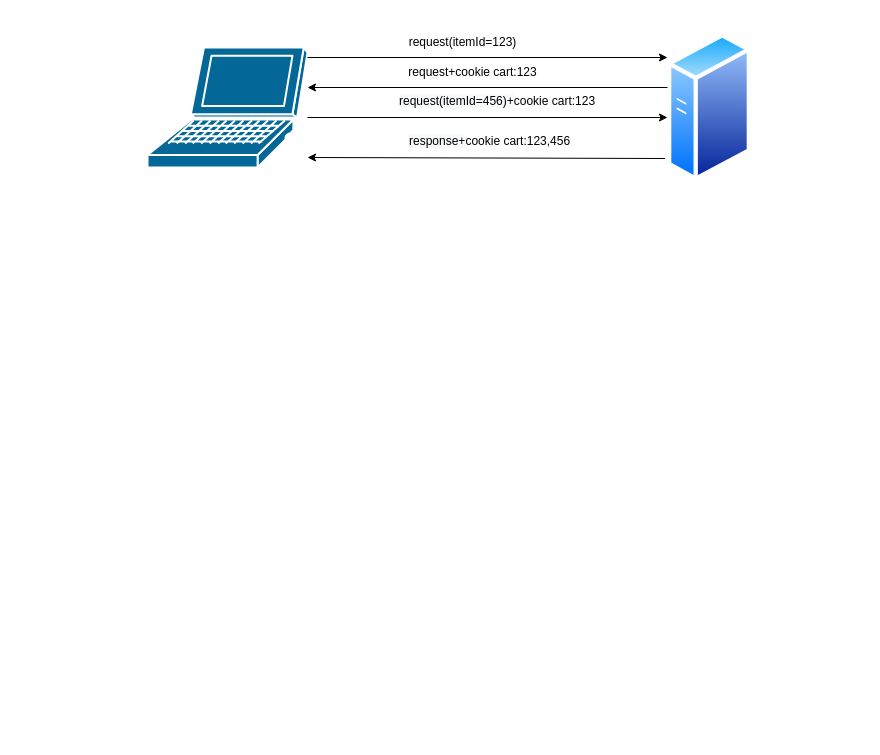
The draw.io diagram cookie、session和token.drawio in jacbo-emm/git01, before the edit. Source tidied: cells renumbered, new cells numbered last; positions are measured from the earlier drawing's top-left corner, leaving out a move shared by most shapes. Both pictures are drawn from the tidied source at 100%, with x=0, y=0 at pixel (147, 27).
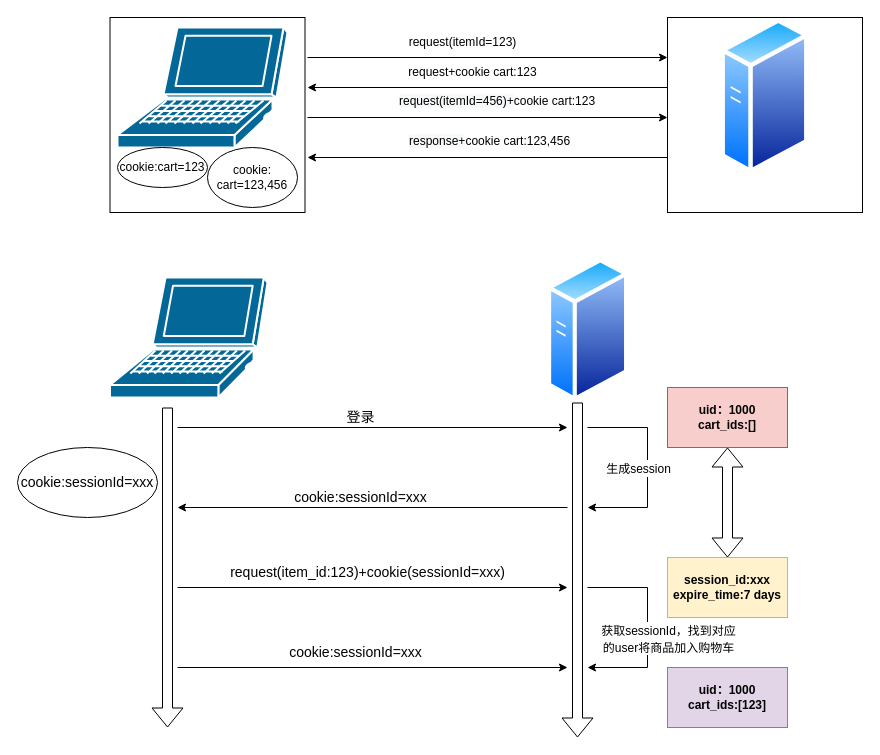
Above is the later version.

What changed in the source:
```diff
@@
+    <mxCell id="12" style="whiteSpace=wrap;html=1;" parent="1" vertex="1">
+      <mxGeometry x="520" y="-10" width="195" height="195" as="geometry" />
+    </mxCell>
+    <mxCell id="13" style="whiteSpace=wrap;html=1;" parent="1" vertex="1">
+      <mxGeometry x="-37.5" y="-10" width="195" height="195" as="geometry" />
+    </mxCell>
     <mxCell id="2" style="shape=mxgraph.cisco.computers_and_peripherals.laptop;sketch=0;html=1;dashed=0;fillColor=#036897;strokeColor=#ffffff;strokeWidth=2;verticalLabelPosition=bottom;verticalAlign=top;align=center;" parent="1" vertex="1">
-      <mxGeometry y="20" width="160" height="120" as="geometry" />
+      <mxGeometry x="-30" width="170" height="120" as="geometry" />
     </mxCell>
     <mxCell id="3" style="perimeter=ellipsePerimeter;html=1;align=center;shadow=0;dashed=0;spacingTop=3;image;image=img/lib/active_directory/generic_server.svg;" parent="1" vertex="1">
-      <mxGeometry x="520" y="5" width="84" height="150" as="geometry" />
+      <mxGeometry x="573.4" y="-10" width="88.2" height="157.5" as="geometry" />
     </mxCell>
@@
-    <mxCell id="7" style="endArrow=classic;html=1;rounded=0;exitX=-0.029;exitY=0.84;exitDx=0;exitDy=0;exitPerimeter=0;" parent="1" edge="1" source="3">
+    <mxCell id="7" style="endArrow=classic;html=1;rounded=0;exitX=0;exitY=0.718;exitDx=0;exitDy=0;exitPerimeter=0;" parent="1" edge="1" source="12">
       <mxGeometry relative="1" as="geometry">
         <mxPoint x="160" y="130" as="targetPoint" />
       </mxGeometry>
     </mxCell>
@@
+    <mxCell id="14" value="cookie:cart=123" style="ellipse;whiteSpace=wrap;html=1;" parent="1" vertex="1">
+      <mxGeometry x="-30" y="120" width="90" height="40" as="geometry" />
+    </mxCell>
+    <mxCell id="15" value="cookie:&lt;br&gt;cart=123,456" style="ellipse;whiteSpace=wrap;html=1;" parent="1" vertex="1">
+      <mxGeometry x="60" y="120" width="90" height="60" as="geometry" />
+    </mxCell>
+    <mxCell id="16" style="shape=mxgraph.cisco.computers_and_peripherals.laptop;sketch=0;html=1;dashed=0;fillColor=#036897;strokeColor=#ffffff;strokeWidth=2;verticalLabelPosition=bottom;verticalAlign=top;align=center;" parent="1" vertex="1">
+      <mxGeometry x="-37.5" y="250" width="157.5" height="120" as="geometry" />
+    </mxCell>
+    <mxCell id="17" style="perimeter=ellipsePerimeter;html=1;align=center;shadow=0;dashed=0;spacingTop=3;image;image=img/lib/active_directory/generic_server.svg;" parent="1" vertex="1">
+      <mxGeometry x="400" y="230" width="81.2" height="145" as="geometry" />
+    </mxCell>
+    <mxCell id="18" style="shape=flexArrow;endArrow=classic;html=1;rounded=0;" parent="1" edge="1">
+      <mxGeometry relative="1" as="geometry">
+        <mxPoint x="20" y="380" as="sourcePoint" />
+        <mxPoint x="20" y="700" as="targetPoint" />
+      </mxGeometry>
+    </mxCell>
+    <mxCell id="19" style="shape=flexArrow;endArrow=classic;html=1;rounded=0;" parent="1" edge="1">
+      <mxGeometry relative="1" as="geometry">
+        <mxPoint x="430" y="375" as="sourcePoint" />
+        <mxPoint x="430" y="710" as="targetPoint" />
+      </mxGeometry>
+    </mxCell>
+    <mxCell id="20" style="endArrow=classic;html=1;rounded=0;" parent="1" edge="1">
+      <mxGeometry relative="1" as="geometry">
+        <mxPoint x="30" y="400" as="sourcePoint" />
+        <mxPoint x="420" y="400" as="targetPoint" />
+      </mxGeometry>
+    </mxCell>
+    <mxCell id="21" value="&lt;font style=&quot;font-size: 14px;&quot;&gt;登录&lt;/font&gt;" style="text;html=1;align=center;verticalAlign=middle;strokeColor=none;fillColor=none;" parent="1" vertex="1">
+      <mxGeometry x="187.5" y="375" width="50" height="30" as="geometry" />
+    </mxCell>
+    <mxCell id="22" value="&lt;b&gt;uid：1000&lt;br&gt;cart_ids:[]&lt;/b&gt;" style="rounded=0;whiteSpace=wrap;html=1;fillColor=#f8cecc;strokeColor=#b85450;" parent="1" vertex="1">
+      <mxGeometry x="520" y="360" width="120" height="60" as="geometry" />
+    </mxCell>
+    <mxCell id="23" value="&lt;b&gt;session_id:xxx&lt;br&gt;expire_time:7 days&lt;/b&gt;" style="rounded=0;whiteSpace=wrap;html=1;fillColor=#fff2cc;strokeColor=#d6b656;" parent="1" vertex="1">
+      <mxGeometry x="520" y="530" width="120" height="60" as="geometry" />
+    </mxCell>
+    <mxCell id="24" style="shape=flexArrow;endArrow=classic;startArrow=classic;html=1;rounded=0;exitX=0.5;exitY=0;exitDx=0;exitDy=0;entryX=0.5;entryY=1;entryDx=0;entryDy=0;" parent="1" edge="1" source="23" target="22">
+      <mxGeometry relative="1" as="geometry" />
+    </mxCell>
+    <mxCell id="25" style="endArrow=classic;html=1;rounded=0;" parent="1" edge="1">
+      <mxGeometry relative="1" as="geometry">
+        <mxPoint x="420" y="480" as="sourcePoint" />
+        <mxPoint x="30" y="480" as="targetPoint" />
+      </mxGeometry>
+    </mxCell>
+    <mxCell id="26" value="&lt;font style=&quot;font-size: 14px;&quot;&gt;cookie:sessionId=xxx&lt;/font&gt;" style="text;html=1;align=center;verticalAlign=middle;strokeColor=none;fillColor=none;" parent="1" vertex="1">
+      <mxGeometry x="132.5" y="455" width="160" height="30" as="geometry" />
+    </mxCell>
+    <mxCell id="27" value="cookie:sessionId=xxx" style="ellipse;whiteSpace=wrap;html=1;fontSize=14;" parent="1" vertex="1">
+      <mxGeometry x="-130" y="420" width="140" height="70" as="geometry" />
+    </mxCell>
+    <mxCell id="28" style="endArrow=classic;html=1;rounded=0;fontSize=14;" parent="1" edge="1">
+      <mxGeometry relative="1" as="geometry">
+        <mxPoint x="30" y="560" as="sourcePoint" />
+        <mxPoint x="420" y="560" as="targetPoint" />
+      </mxGeometry>
+    </mxCell>
+    <mxCell id="29" value="request(item_id:123)+cookie(sessionId=xxx)" style="text;html=1;align=center;verticalAlign=middle;strokeColor=none;fillColor=none;fontSize=14;" parent="1" vertex="1">
+      <mxGeometry x="70" y="530" width="300" height="30" as="geometry" />
+    </mxCell>
+    <mxCell id="30" style="endArrow=classic;html=1;rounded=0;fontSize=14;" parent="1" edge="1">
+      <mxGeometry relative="1" as="geometry">
+        <mxPoint x="440" y="400" as="sourcePoint" />
+        <mxPoint x="440" y="480" as="targetPoint" />
+        <Array as="points">
+          <mxPoint x="500" y="400" />
+          <mxPoint x="500" y="480" />
+        </Array>
+      </mxGeometry>
+    </mxCell>
+    <mxCell id="31" value="&lt;font style=&quot;font-size: 12px;&quot;&gt;生成session&lt;/font&gt;" style="edgeLabel;html=1;align=center;verticalAlign=middle;fontSize=14;" parent="30" vertex="1">
+      <mxGeometry x="0.18" y="3" relative="1" as="geometry">
+        <mxPoint x="-13" y="-18" as="offset" />
+      </mxGeometry>
+    </mxCell>
+    <mxCell id="32" style="endArrow=classic;html=1;rounded=0;fontSize=14;" parent="1" edge="1">
+      <mxGeometry relative="1" as="geometry">
+        <mxPoint x="30" y="640" as="sourcePoint" />
+        <mxPoint x="420" y="640" as="targetPoint" />
+      </mxGeometry>
+    </mxCell>
+    <mxCell id="33" value="cookie:sessionId=xxx" style="text;html=1;align=center;verticalAlign=middle;strokeColor=none;fillColor=none;fontSize=14;" parent="1" vertex="1">
+      <mxGeometry x="127.5" y="610" width="160" height="30" as="geometry" />
+    </mxCell>
+    <mxCell id="34" style="endArrow=classic;html=1;rounded=0;fontSize=14;" parent="1" edge="1">
+      <mxGeometry relative="1" as="geometry">
+        <mxPoint x="440" y="560" as="sourcePoint" />
+        <mxPoint x="440" y="640" as="targetPoint" />
+        <Array as="points">
+          <mxPoint x="500" y="560" />
+          <mxPoint x="500" y="640" />
+        </Array>
+      </mxGeometry>
+    </mxCell>
+    <mxCell id="35" value="&lt;font style=&quot;font-size: 12px;&quot;&gt;获取sessionId，找到对应&lt;br&gt;的user将商品加入购物车&lt;/font&gt;" style="edgeLabel;html=1;align=center;verticalAlign=middle;fontSize=14;" parent="34" vertex="1">
+      <mxGeometry x="0.18" y="3" relative="1" as="geometry">
+        <mxPoint x="17" y="-8" as="offset" />
+      </mxGeometry>
+    </mxCell>
+    <mxCell id="36" value="&lt;b style=&quot;border-color: var(--border-color);&quot;&gt;uid：1000&lt;br style=&quot;border-color: var(--border-color);&quot;&gt;cart_ids:[123]&lt;/b&gt;" style="rounded=0;whiteSpace=wrap;html=1;fillColor=#e1d5e7;strokeColor=#9673a6;" parent="1" vertex="1">
+      <mxGeometry x="520" y="640" width="120" height="60" as="geometry" />
+    </mxCell>
```
